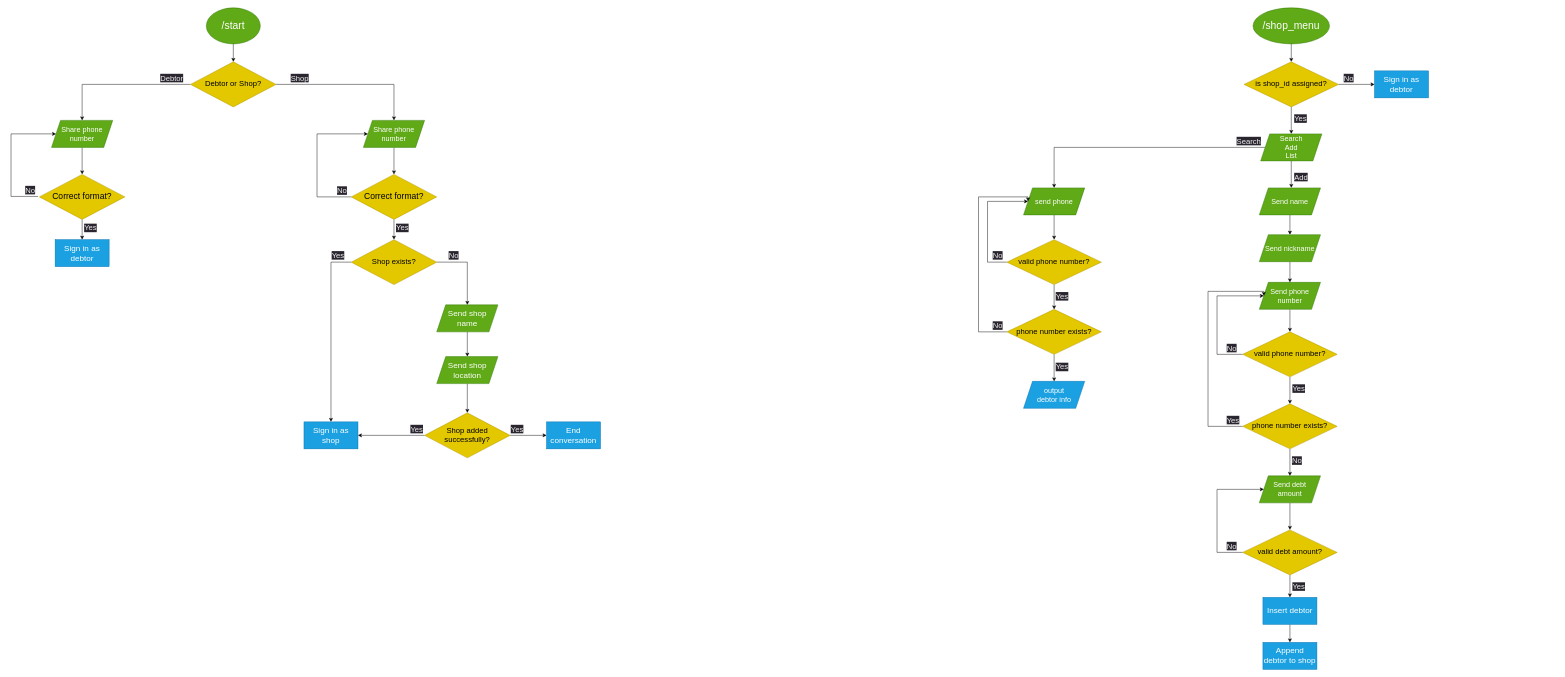
Before: flowchart.drawio in sukhrobyangibaev/qarz_daftar, a draw.io diagram. Source tidied: cells renumbered, new cells numbered last; positions are measured from the earlier drawing's top-left corner, leaving out a move shared by most shapes. Both pictures are drawn from the tidied source at 45%, with x=0, y=0 at pixel (11, 8).
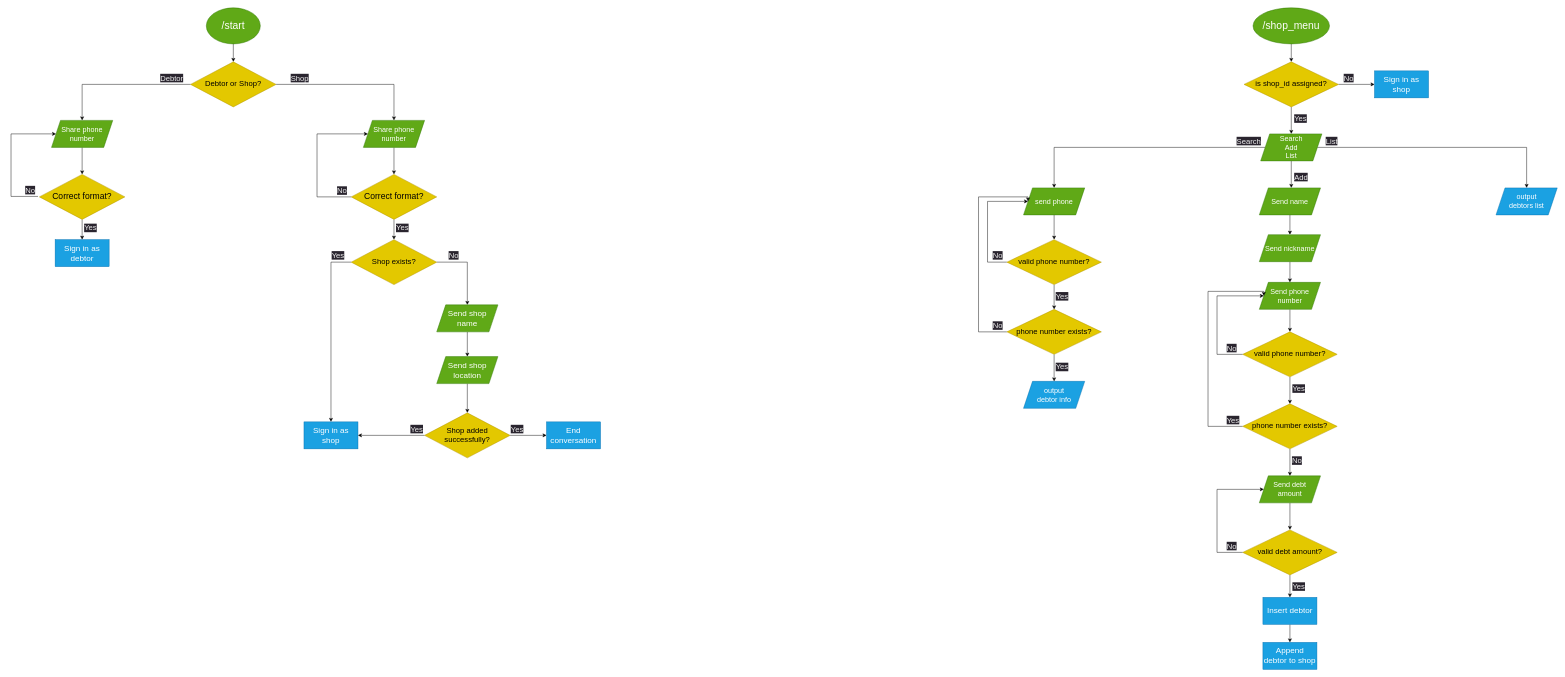
Above is the later version.

Commit message (it also covers changes not shown here):
add list of debtors feature

Unchanged cells that the change refers to:
```xml
<mxCell id="50" value="&lt;font style=&quot;font-size: 16px;&quot;&gt;Search&lt;br&gt;Add&lt;br&gt;List&lt;br&gt;&lt;/font&gt;" style="shape=parallelogram;perimeter=parallelogramPerimeter;whiteSpace=wrap;html=1;fixedSize=1;fillColor=#60a917;fontColor=#ffffff;strokeColor=#2D7600;" parent="1" vertex="1">
  <mxGeometry x="2777" y="280" width="136" height="60" as="geometry" />
</mxCell>
```

What changed in the source:
```diff
@@
-    <mxCell id="45" value="&lt;font style=&quot;font-size: 18px;&quot;&gt;Sign in as debtor&lt;/font&gt;" style="rounded=0;whiteSpace=wrap;html=1;fillColor=#1ba1e2;fontColor=#ffffff;strokeColor=#006EAF;" parent="1" vertex="1">
+    <mxCell id="45" value="&lt;font style=&quot;font-size: 18px;&quot;&gt;Sign in as shop&lt;/font&gt;" style="rounded=0;whiteSpace=wrap;html=1;fillColor=#1ba1e2;fontColor=#ffffff;strokeColor=#006EAF;" parent="1" vertex="1">
       <mxGeometry x="3030" y="140" width="120" height="60" as="geometry" />
     </mxCell>
@@
+    <mxCell id="92" style="edgeStyle=orthogonalEdgeStyle;rounded=0;jettySize=auto;html=1;exitX=1;exitY=0.5;exitDx=0;exitDy=0;entryX=0.5;entryY=0;entryDx=0;entryDy=0;" parent="1" edge="1" source="50" target="94">
+      <mxGeometry relative="1" as="geometry" />
+    </mxCell>
@@
+    <mxCell id="93" value="&lt;span style=&quot;color: rgb(240, 240, 240); font-family: Helvetica; font-size: 17px; font-style: normal; font-variant-ligatures: normal; font-variant-caps: normal; font-weight: 400; letter-spacing: normal; orphans: 2; text-align: center; text-indent: 0px; text-transform: none; widows: 2; word-spacing: 0px; -webkit-text-stroke-width: 0px; background-color: rgb(42, 37, 47); text-decoration-thickness: initial; text-decoration-style: initial; text-decoration-color: initial; float: none; display: inline !important;&quot;&gt;List&lt;/span&gt;" style="text;whiteSpace=wrap;html=1;" parent="1" vertex="1">
+      <mxGeometry x="2920" y="280" width="60" height="30" as="geometry" />
+    </mxCell>
+    <mxCell id="94" value="&lt;font style=&quot;font-size: 16px;&quot;&gt;output &lt;br&gt;debtors list&lt;br&gt;&lt;/font&gt;" style="shape=parallelogram;perimeter=parallelogramPerimeter;whiteSpace=wrap;html=1;fixedSize=1;fillColor=#1ba1e2;fontColor=#ffffff;strokeColor=#006EAF;" parent="1" vertex="1">
+      <mxGeometry x="3300" y="400" width="136" height="60" as="geometry" />
+    </mxCell>
```
